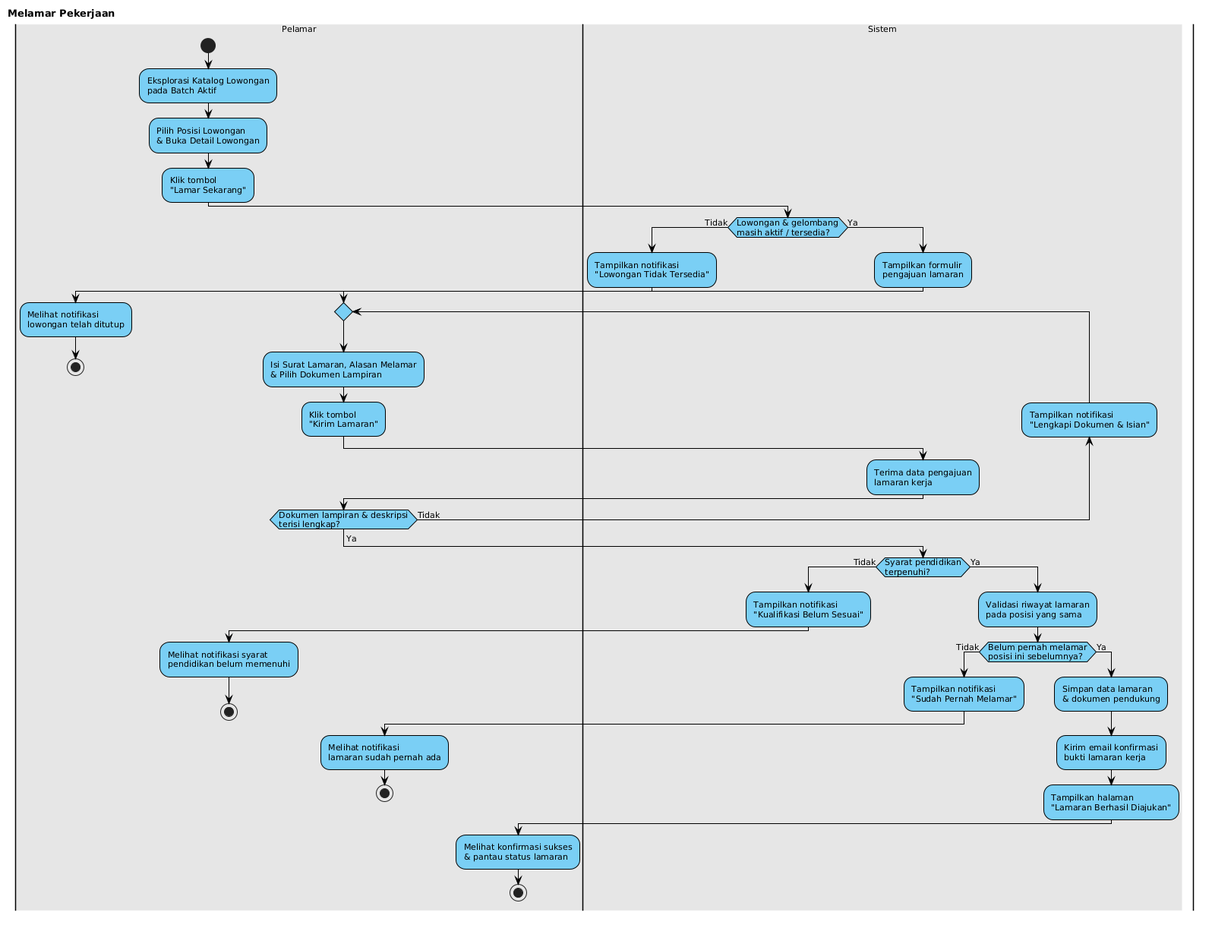
Madtive-Studio/klinik_keluarga_career keeps this PlantUML diagram as public/assets/diagrams/VP/Activity/Activity - UC-04 Melamar Pekerjaan.png. Above is the earlier version. Its source is kept beside it as public/assets/diagrams/VP/Activity/Activity - UC-04 Melamar Pekerjaan.puml.
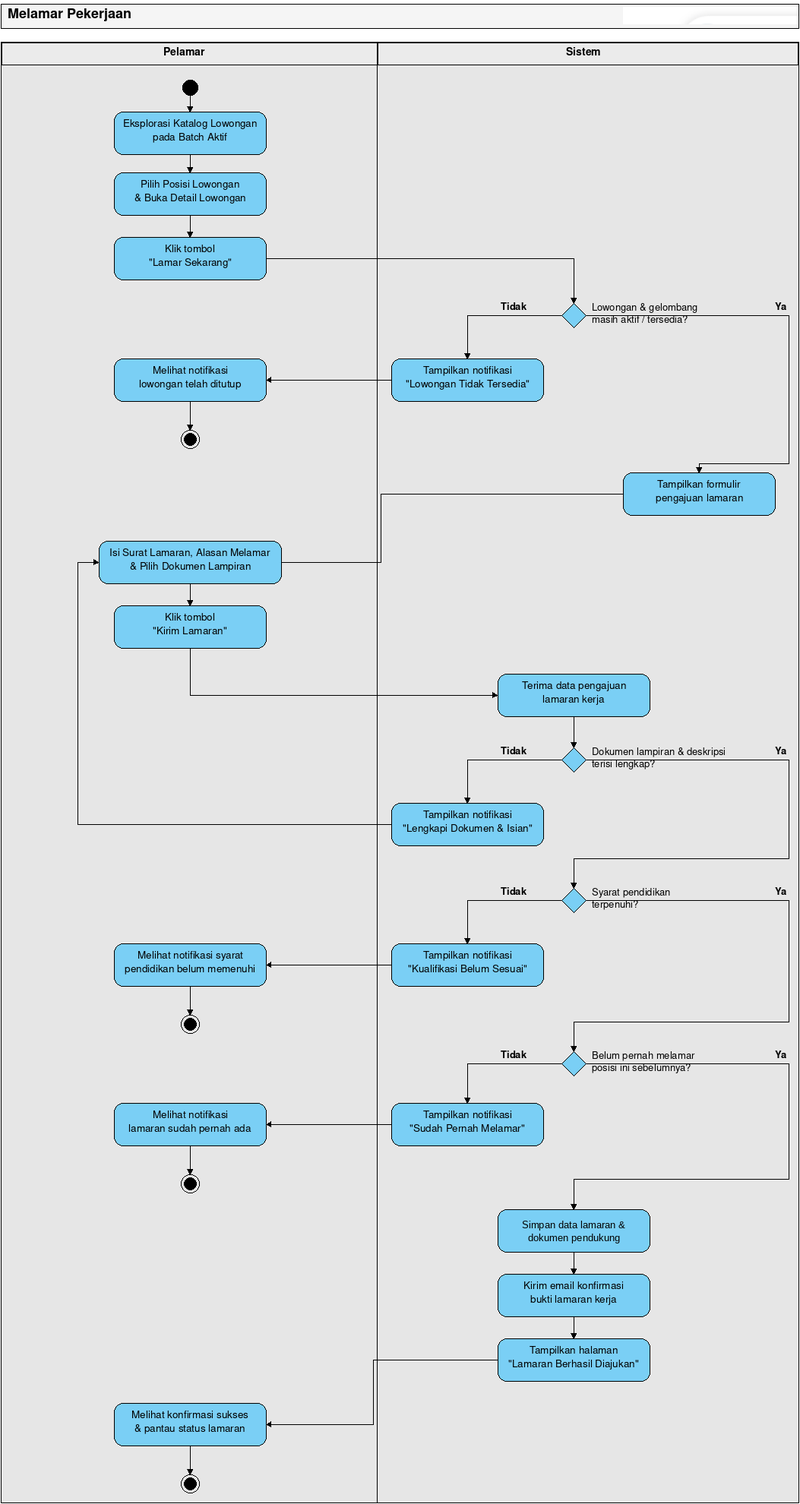
After the commit.

The edit, as a diff of the source:
```diff
@@ -1,4 +1,4 @@
-@startuml
+@startuml Activity - UC-04 Melamar Pekerjaan
 skinparam defaultFontName Arial
 skinparam defaultFontSize 11
 skinparam defaultFontColor #000000
@@ -62,7 +62,6 @@
     stop
   else (Ya)
     |Sistem|
-    :Validasi riwayat lamaran\npada posisi yang sama;
     if (Belum pernah melamar\nposisi ini sebelumnya?) then (Tidak)
       :Tampilkan notifikasi\n"Sudah Pernah Melamar";
       |Pelamar|
@@ -70,7 +69,7 @@
       stop
     else (Ya)
       |Sistem|
-      :Simpan data lamaran\n& dokumen pendukung;
+      :Simpan data lamaran &\ndokumen pendukung;
       :Kirim email konfirmasi\nbukti lamaran kerja;
       :Tampilkan halaman\n"Lamaran Berhasil Diajukan";
       |Pelamar|
```
